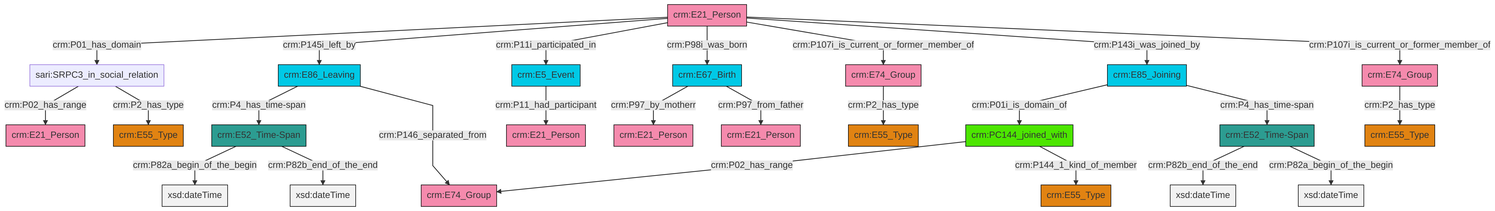
Before: et/personCSV/ttl/mmd/png/Person_Actor_Relations.png, a diagram exported from Mermaid (swiss-art-research-net/docs.swissartresearch). Its source is kept beside it as et/personCSV/ttl/mmd/Person_Actor_Relations.ttl.mmd.
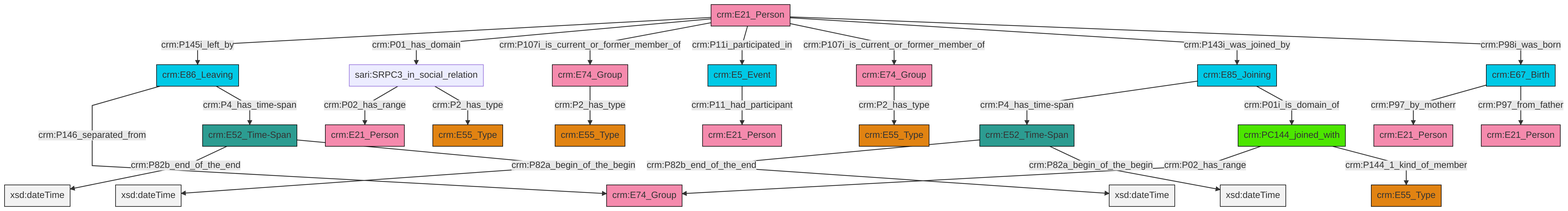
Later version of the same file.

What changed in the source:
```diff
@@ -13,27 +13,27 @@
 classDef PC_Classes fill:#4ce600, stroke:#000000;
 classDef Multi fill:#cccccc,stroke:#000000;
 
-4["crm:E85_Joining"]:::Temporal_Entity -->|crm:P01i_is_domain_of| 5["crm:PC144_joined_with"]:::PC_Classes
-6["crm:E74_Group"]:::Actor -->|crm:P2_has_type| 7["crm:E55_Type"]:::Type
-8["crm:E86_Leaving"]:::Temporal_Entity -->|crm:P4_has_time-span| 9["crm:E52_Time-Span"]:::Time-Span
-9["crm:E52_Time-Span"]:::Time-Span -->|crm:P82a_begin_of_the_begin| 10[xsd:dateTime]:::Literal
-11["crm:E21_Person"]:::Actor -->|crm:P01_has_domain| 12["sari:SRPC3_in_social_relation"]:::Default
-5["crm:PC144_joined_with"]:::PC_Classes -->|crm:P02_has_range| 2["crm:E74_Group"]:::Actor
-5["crm:PC144_joined_with"]:::PC_Classes -->|crm:P144_1_kind_of_member| 0["crm:E55_Type"]:::Type
-22["crm:E52_Time-Span"]:::Time-Span -->|crm:P82b_end_of_the_end| 23[xsd:dateTime]:::Literal
-17["crm:E67_Birth"]:::Temporal_Entity -->|crm:P97_by_motherr| 24["crm:E21_Person"]:::Actor
-17["crm:E67_Birth"]:::Temporal_Entity -->|crm:P97_from_father| 25["crm:E21_Person"]:::Actor
-11["crm:E21_Person"]:::Actor -->|crm:P145i_left_by| 8["crm:E86_Leaving"]:::Temporal_Entity
-11["crm:E21_Person"]:::Actor -->|crm:P11i_participated_in| 19["crm:E5_Event"]:::Temporal_Entity
-9["crm:E52_Time-Span"]:::Time-Span -->|crm:P82b_end_of_the_end| 32[xsd:dateTime]:::Literal
-11["crm:E21_Person"]:::Actor -->|crm:P98i_was_born| 17["crm:E67_Birth"]:::Temporal_Entity
-12["sari:SRPC3_in_social_relation"]:::Default -->|crm:P02_has_range| 14["crm:E21_Person"]:::Actor
-8["crm:E86_Leaving"]:::Temporal_Entity -->|crm:P146_separated_from| 2["crm:E74_Group"]:::Actor
-36["crm:E74_Group"]:::Actor -->|crm:P2_has_type| 26["crm:E55_Type"]:::Type
-11["crm:E21_Person"]:::Actor -->|crm:P107i_is_current_or_former_member_of| 6["crm:E74_Group"]:::Actor
-4["crm:E85_Joining"]:::Temporal_Entity -->|crm:P4_has_time-span| 22["crm:E52_Time-Span"]:::Time-Span
-19["crm:E5_Event"]:::Temporal_Entity -->|crm:P11_had_participant| 39["crm:E21_Person"]:::Actor
-11["crm:E21_Person"]:::Actor -->|crm:P143i_was_joined_by| 4["crm:E85_Joining"]:::Temporal_Entity
-11["crm:E21_Person"]:::Actor -->|crm:P107i_is_current_or_former_member_of| 36["crm:E74_Group"]:::Actor
-12["sari:SRPC3_in_social_relation"]:::Default -->|crm:P2_has_type| 34["crm:E55_Type"]:::Type
-22["crm:E52_Time-Span"]:::Time-Span -->|crm:P82a_begin_of_the_begin| 44[xsd:dateTime]:::Literal
+0["crm:E52_Time-Span"]:::Time-Span -->|crm:P82b_end_of_the_end| 1[xsd:dateTime]:::Literal
+2["crm:PC144_joined_with"]:::PC_Classes -->|crm:P02_has_range| 3["crm:E74_Group"]:::Actor
+7["crm:E67_Birth"]:::Temporal_Entity -->|crm:P97_by_motherr| 8["crm:E21_Person"]:::Actor
+11["crm:E5_Event"]:::Temporal_Entity -->|crm:P11_had_participant| 12["crm:E21_Person"]:::Actor
+21["crm:E21_Person"]:::Actor -->|crm:P145i_left_by| 22["crm:E86_Leaving"]:::Temporal_Entity
+22["crm:E86_Leaving"]:::Temporal_Entity -->|crm:P146_separated_from| 3["crm:E74_Group"]:::Actor
+21["crm:E21_Person"]:::Actor -->|crm:P01_has_domain| 23["sari:SRPC3_in_social_relation"]:::Default
+21["crm:E21_Person"]:::Actor -->|crm:P107i_is_current_or_former_member_of| 25["crm:E74_Group"]:::Actor
+27["crm:E74_Group"]:::Actor -->|crm:P2_has_type| 28["crm:E55_Type"]:::Type
+25["crm:E74_Group"]:::Actor -->|crm:P2_has_type| 13["crm:E55_Type"]:::Type
+22["crm:E86_Leaving"]:::Temporal_Entity -->|crm:P4_has_time-span| 0["crm:E52_Time-Span"]:::Time-Span
+7["crm:E67_Birth"]:::Temporal_Entity -->|crm:P97_from_father| 17["crm:E21_Person"]:::Actor
+9["crm:E52_Time-Span"]:::Time-Span -->|crm:P82b_end_of_the_end| 31[xsd:dateTime]:::Literal
+21["crm:E21_Person"]:::Actor -->|crm:P11i_participated_in| 11["crm:E5_Event"]:::Temporal_Entity
+21["crm:E21_Person"]:::Actor -->|crm:P107i_is_current_or_former_member_of| 27["crm:E74_Group"]:::Actor
+2["crm:PC144_joined_with"]:::PC_Classes -->|crm:P144_1_kind_of_member| 19["crm:E55_Type"]:::Type
+21["crm:E21_Person"]:::Actor -->|crm:P143i_was_joined_by| 32["crm:E85_Joining"]:::Temporal_Entity
+32["crm:E85_Joining"]:::Temporal_Entity -->|crm:P4_has_time-span| 9["crm:E52_Time-Span"]:::Time-Span
+9["crm:E52_Time-Span"]:::Time-Span -->|crm:P82a_begin_of_the_begin| 40[xsd:dateTime]:::Literal
+0["crm:E52_Time-Span"]:::Time-Span -->|crm:P82a_begin_of_the_begin| 41[xsd:dateTime]:::Literal
+21["crm:E21_Person"]:::Actor -->|crm:P98i_was_born| 7["crm:E67_Birth"]:::Temporal_Entity
+23["sari:SRPC3_in_social_relation"]:::Default -->|crm:P02_has_range| 5["crm:E21_Person"]:::Actor
+23["sari:SRPC3_in_social_relation"]:::Default -->|crm:P2_has_type| 15["crm:E55_Type"]:::Type
+32["crm:E85_Joining"]:::Temporal_Entity -->|crm:P01i_is_domain_of| 2["crm:PC144_joined_with"]:::PC_Classes
```
